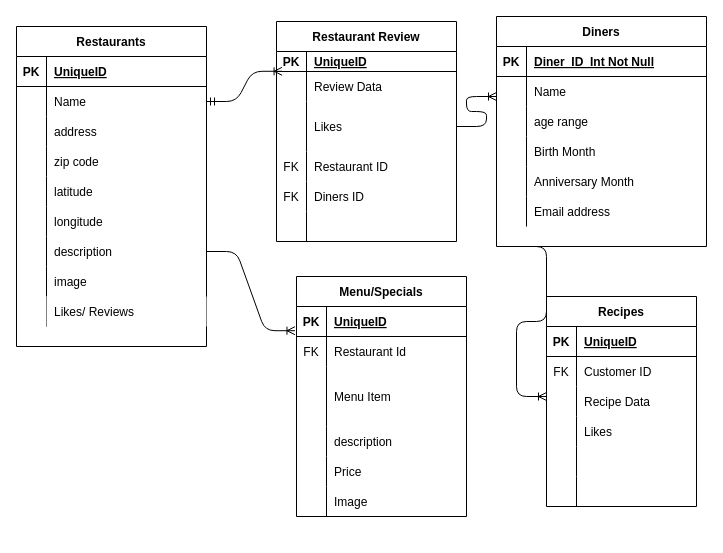
The draw.io diagram erd.drawio in msjanellej/VegetarianRestaurantFinder, before the edit. Source tidied: cells renumbered, new cells numbered last; positions are measured from the earlier drawing's top-left corner, leaving out a move shared by most shapes. Both pictures are drawn from the tidied source at 100%, with x=0, y=0 at pixel (16, 16).
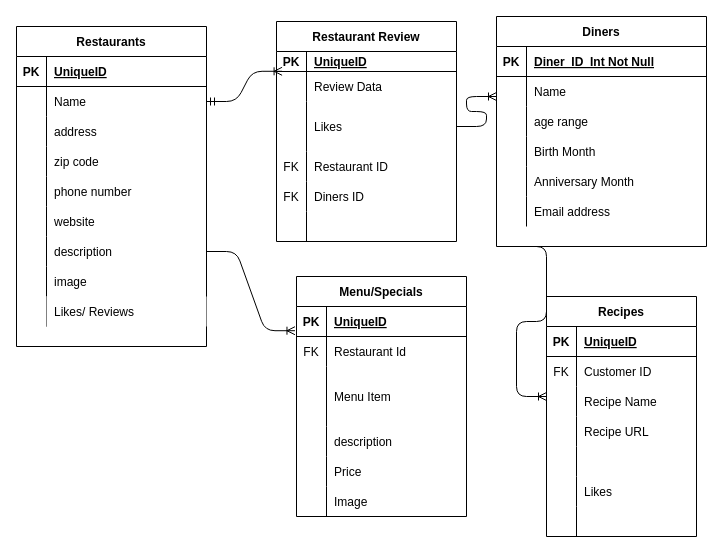
The same page after the edit.

Commit message (it also covers changes not shown here):
updated restaurant, recipe, and menu models. Updated ERD to reflect. Seeded data in database

Unchanged cells that the change refers to:
```xml
<mxCell id="34" style="shape=partialRectangle;fillColor=none;top=0;left=0;bottom=0;right=0;" parent="21" vertex="1">
  <mxGeometry y="150" width="190" height="30" as="geometry" />
</mxCell>
<mxCell id="37" style="shape=partialRectangle;fillColor=none;top=0;left=0;bottom=0;right=0;" parent="21" vertex="1">
  <mxGeometry y="180" width="190" height="30" as="geometry" />
</mxCell>
<mxCell id="97" style="shape=partialRectangle;fillColor=none;top=0;left=0;bottom=0;right=0;" parent="90" vertex="1">
  <mxGeometry y="90" width="150" height="30" as="geometry" />
</mxCell>
<mxCell id="100" style="shape=partialRectangle;fillColor=none;top=0;left=0;bottom=0;right=0;" parent="90" vertex="1">
  <mxGeometry y="120" width="150" height="30" as="geometry" />
</mxCell>
```

Diff of the diagram source:
```diff
@@
-    <mxCell id="36" value="latitude" style="shape=partialRectangle;fillColor=none;top=0;left=0;bottom=0;right=0;align=left;spacingLeft=6;overflow=hidden;" parent="34" vertex="1">
+    <mxCell id="36" value="phone number" style="shape=partialRectangle;fillColor=none;top=0;left=0;bottom=0;right=0;align=left;spacingLeft=6;overflow=hidden;" parent="34" vertex="1">
       <mxGeometry x="30" width="160" height="30" as="geometry" />
     </mxCell>
@@
-    <mxCell id="39" value="longitude " style="shape=partialRectangle;fillColor=none;top=0;left=0;bottom=0;right=0;align=left;spacingLeft=6;overflow=hidden;" parent="37" vertex="1">
+    <mxCell id="39" value="website" style="shape=partialRectangle;fillColor=none;top=0;left=0;bottom=0;right=0;align=left;spacingLeft=6;overflow=hidden;" parent="37" vertex="1">
       <mxGeometry x="30" width="160" height="30" as="geometry" />
     </mxCell>
@@
     <mxCell id="90" value="Recipes" style="shape=table;startSize=30;childLayout=tableLayout;rowLines=0;fontStyle=1;align=center;" parent="1" vertex="1">
-      <mxGeometry x="530" y="280" width="150" height="210" as="geometry" />
+      <mxGeometry x="530" y="280" width="150" height="240" as="geometry" />
     </mxCell>
@@
-    <mxCell id="99" value="Recipe Data" style="shape=partialRectangle;fillColor=none;top=0;left=0;bottom=0;right=0;align=left;spacingLeft=6;overflow=hidden;" parent="97" vertex="1">
+    <mxCell id="99" value="Recipe Name" style="shape=partialRectangle;fillColor=none;top=0;left=0;bottom=0;right=0;align=left;spacingLeft=6;overflow=hidden;" parent="97" vertex="1">
       <mxGeometry x="30" width="120" height="30" as="geometry" />
     </mxCell>
@@
-    <mxCell id="102" value="Likes" style="shape=partialRectangle;fillColor=none;top=0;left=0;bottom=0;right=0;align=left;spacingLeft=6;overflow=hidden;" parent="100" vertex="1">
+    <mxCell id="102" value="Recipe URL" style="shape=partialRectangle;fillColor=none;top=0;left=0;bottom=0;right=0;align=left;spacingLeft=6;overflow=hidden;" parent="100" vertex="1">
       <mxGeometry x="30" width="120" height="30" as="geometry" />
     </mxCell>
@@
+    <mxCell id="110" style="shape=partialRectangle;fillColor=none;top=0;left=0;bottom=0;right=0;" parent="90" vertex="1">
+      <mxGeometry y="180" width="150" height="30" as="geometry" />
+    </mxCell>
+    <mxCell id="111" style="shape=partialRectangle;fillColor=none;top=0;left=0;bottom=0;right=0;overflow=hidden;" parent="110" vertex="1">
+      <mxGeometry width="30" height="30" as="geometry" />
+    </mxCell>
+    <mxCell id="112" value="Likes" style="shape=partialRectangle;fillColor=none;top=0;left=0;bottom=0;right=0;align=left;spacingLeft=6;overflow=hidden;" parent="110" vertex="1">
+      <mxGeometry x="30" width="120" height="30" as="geometry" />
+    </mxCell>
     <mxCell id="106" style="shape=partialRectangle;fillColor=none;top=0;left=0;bottom=0;right=0;" parent="90" vertex="1">
-      <mxGeometry y="180" width="150" height="30" as="geometry" />
+      <mxGeometry y="210" width="150" height="30" as="geometry" />
     </mxCell>
```
